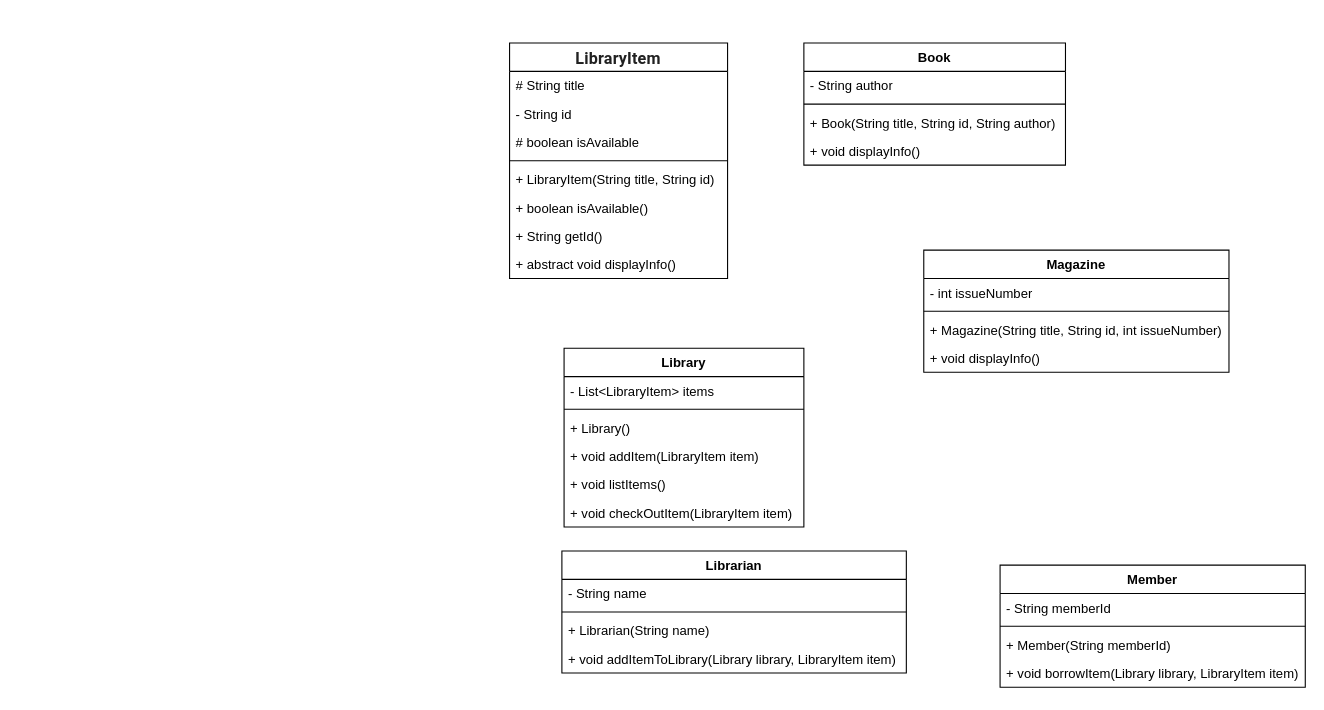
This is Library Management System.drawio from Takeapocket/draw.io, a draw.io file, before an edit. Source tidied: cells renumbered, new cells numbered last; positions are measured from the earlier drawing's top-left corner, leaving out a move shared by most shapes. Both pictures are drawn from the tidied source at 109%, with x=0, y=0 at pixel (509, 43).
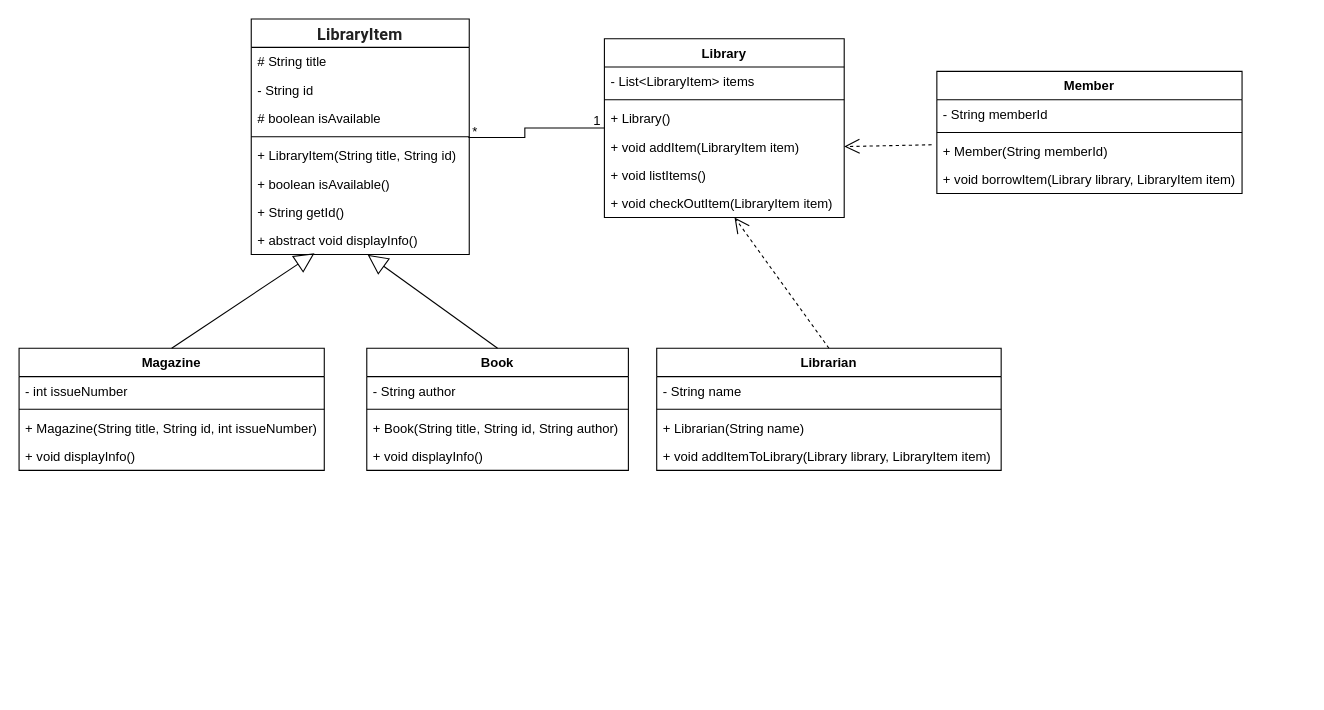
The same page after the edit.

The change refers to these unchanged cells:
```xml
<mxCell id="6" style="line;strokeWidth=1;fillColor=none;align=left;verticalAlign=middle;spacingTop=-1;spacingLeft=3;spacingRight=3;labelPosition=right;points=[];portConstraint=eastwest;strokeColor=inherit;" parent="2" vertex="1">
  <mxGeometry y="104" width="200" height="8" as="geometry" />
</mxCell>
<mxCell id="10" value="+ abstract void displayInfo()" style="text;strokeColor=none;fillColor=none;align=left;verticalAlign=top;spacingLeft=4;spacingRight=4;overflow=hidden;points=[[0,0.5],[1,0.5]];portConstraint=eastwest;whiteSpace=wrap;html=1;" parent="2" vertex="1">
  <mxGeometry y="190" width="200" height="26" as="geometry" />
</mxCell>
<mxCell id="25" value="+ void addItem(LibraryItem item)" style="text;strokeColor=none;fillColor=none;align=left;verticalAlign=top;spacingLeft=4;spacingRight=4;overflow=hidden;points=[[0,0.5],[1,0.5]];portConstraint=eastwest;whiteSpace=wrap;html=1;" parent="21" vertex="1">
  <mxGeometry y="86" width="220" height="26" as="geometry" />
</mxCell>
<mxCell id="27" value="+ void checkOutItem(LibraryItem item)" style="text;strokeColor=none;fillColor=none;align=left;verticalAlign=top;spacingLeft=4;spacingRight=4;overflow=hidden;points=[[0,0.5],[1,0.5]];portConstraint=eastwest;whiteSpace=wrap;html=1;" parent="21" vertex="1">
  <mxGeometry y="138" width="220" height="26" as="geometry" />
</mxCell>
<mxCell id="36" value="+ Member(String memberId)" style="text;strokeColor=none;fillColor=none;align=left;verticalAlign=top;spacingLeft=4;spacingRight=4;overflow=hidden;points=[[0,0.5],[1,0.5]];portConstraint=eastwest;whiteSpace=wrap;html=1;" parent="33" vertex="1">
  <mxGeometry y="60" width="280" height="26" as="geometry" />
</mxCell>
```

The edit, as a diff of the source:
```diff
@@
     <mxCell id="2" value="&lt;span style=&quot;--tw-border-spacing-x: 0; --tw-border-spacing-y: 0; --tw-translate-x: 0; --tw-translate-y: 0; --tw-rotate: 0; --tw-skew-x: 0; --tw-skew-y: 0; --tw-scale-x: 1; --tw-scale-y: 1; --tw-pan-x: ; --tw-pan-y: ; --tw-pinch-zoom: ; --tw-scroll-snap-strictness: proximity; --tw-gradient-from-position: ; --tw-gradient-via-position: ; --tw-gradient-to-position: ; --tw-ordinal: ; --tw-slashed-zero: ; --tw-numeric-figure: ; --tw-numeric-spacing: ; --tw-numeric-fraction: ; --tw-ring-inset: ; --tw-ring-offset-width: 0px; --tw-ring-offset-color: #fff; --tw-ring-color: #3b82f680; --tw-ring-offset-shadow: 0 0 #0000; --tw-ring-shadow: 0 0 #0000; --tw-shadow: 0 0 #0000; --tw-shadow-colored: 0 0 #0000; --tw-blur: ; --tw-brightness: ; --tw-contrast: ; --tw-grayscale: ; --tw-hue-rotate: ; --tw-invert: ; --tw-saturate: ; --tw-sepia: ; --tw-drop-shadow: ; --tw-backdrop-blur: ; --tw-backdrop-brightness: ; --tw-backdrop-contrast: ; --tw-backdrop-grayscale: ; --tw-backdrop-hue-rotate: ; --tw-backdrop-invert: ; --tw-backdrop-opacity: ; --tw-backdrop-saturate: ; --tw-backdrop-sepia: ; box-sizing: inherit; color: rgba(0, 0, 0, 0.87); font-family: Roboto, Helvetica, Arial, sans-serif; font-size: 14.8571px; letter-spacing: 0.13936px; text-align: left; background-color: rgb(255, 255, 255);&quot;&gt;LibraryItem&lt;/span&gt;" style="swimlane;fontStyle=1;align=center;verticalAlign=top;horizontal=1;startSize=26;whiteSpace=wrap;html=1;" parent="1" vertex="1">
-      <mxGeometry width="200" height="216" as="geometry" />
+      <mxGeometry x="-237" y="-22" width="200" height="216" as="geometry" />
     </mxCell>
@@
     <mxCell id="11" value="Book" style="swimlane;fontStyle=1;align=center;verticalAlign=top;horizontal=1;startSize=26;whiteSpace=wrap;html=1;" parent="1" vertex="1">
-      <mxGeometry x="270" width="240" height="112" as="geometry" />
+      <mxGeometry x="-131" y="280" width="240" height="112" as="geometry" />
     </mxCell>
@@
     <mxCell id="16" value="Magazine" style="swimlane;fontStyle=1;align=center;verticalAlign=top;horizontal=1;startSize=26;whiteSpace=wrap;html=1;" parent="1" vertex="1">
-      <mxGeometry x="380" y="190" width="280" height="112" as="geometry" />
+      <mxGeometry x="-450" y="280" width="280" height="112" as="geometry" />
     </mxCell>
@@
     <mxCell id="21" value="Library" style="swimlane;fontStyle=1;align=center;verticalAlign=top;horizontal=1;startSize=26;whiteSpace=wrap;html=1;" parent="1" vertex="1">
-      <mxGeometry x="50" y="280" width="220" height="164" as="geometry" />
+      <mxGeometry x="87" y="-4" width="220" height="164" as="geometry" />
     </mxCell>
@@
     <mxCell id="28" value="Librarian" style="swimlane;fontStyle=1;align=center;verticalAlign=top;horizontal=1;startSize=26;whiteSpace=wrap;html=1;" parent="1" vertex="1">
-      <mxGeometry x="48" y="466" width="316" height="112" as="geometry" />
+      <mxGeometry x="135" y="280" width="316" height="112" as="geometry" />
     </mxCell>
@@
     <mxCell id="33" value="Member" style="swimlane;fontStyle=1;align=center;verticalAlign=top;horizontal=1;startSize=26;whiteSpace=wrap;html=1;" parent="1" vertex="1">
-      <mxGeometry x="450" y="479" width="280" height="112" as="geometry" />
+      <mxGeometry x="392" y="26" width="280" height="112" as="geometry" />
     </mxCell>
@@
+    <mxCell id="38" style="endArrow=block;endSize=16;endFill=0;html=1;rounded=0;exitX=0.5;exitY=0;exitDx=0;exitDy=0;entryX=0.534;entryY=1.009;entryDx=0;entryDy=0;entryPerimeter=0;" parent="1" edge="1" source="11" target="10">
+      <mxGeometry relative="1" as="geometry" />
+    </mxCell>
+    <mxCell id="39" style="endArrow=block;endSize=16;endFill=0;html=1;rounded=0;exitX=0.5;exitY=0;exitDx=0;exitDy=0;entryX=0.29;entryY=0.953;entryDx=0;entryDy=0;entryPerimeter=0;" parent="1" edge="1" source="16" target="10">
+      <mxGeometry relative="1" as="geometry" />
+    </mxCell>
+    <mxCell id="40" style="endArrow=none;html=1;edgeStyle=orthogonalEdgeStyle;rounded=0;exitX=0.996;exitY=0.583;exitDx=0;exitDy=0;exitPerimeter=0;entryX=0;entryY=0.5;entryDx=0;entryDy=0;" parent="1" edge="1" source="6" target="21">
+      <mxGeometry relative="1" as="geometry">
+        <Array as="points">
+          <mxPoint x="14" y="87" />
+          <mxPoint x="14" y="78" />
+          <mxPoint x="68" y="78" />
+        </Array>
+      </mxGeometry>
+    </mxCell>
+    <mxCell id="41" style="endArrow=open;endSize=12;dashed=1;html=1;rounded=0;exitX=0.5;exitY=0;exitDx=0;exitDy=0;" parent="1" edge="1" source="28" target="27">
+      <mxGeometry relative="1" as="geometry" />
+    </mxCell>
+    <mxCell id="42" value="1" style="text;html=1;align=center;verticalAlign=middle;strokeColor=none;fillColor=none;" parent="1" vertex="1">
+      <mxGeometry x="67" y="59" width="25" height="26" as="geometry" />
+    </mxCell>
+    <mxCell id="43" value="*" style="text;html=1;align=center;verticalAlign=middle;strokeColor=none;fillColor=none;" parent="1" vertex="1">
+      <mxGeometry x="-44" y="69" width="23" height="26" as="geometry" />
+    </mxCell>
+    <mxCell id="44" style="endArrow=open;endSize=12;dashed=1;html=1;rounded=0;exitX=-0.017;exitY=0.281;exitDx=0;exitDy=0;exitPerimeter=0;entryX=1;entryY=0.5;entryDx=0;entryDy=0;" parent="1" edge="1" source="36" target="25">
+      <mxGeometry relative="1" as="geometry" />
+    </mxCell>
```
